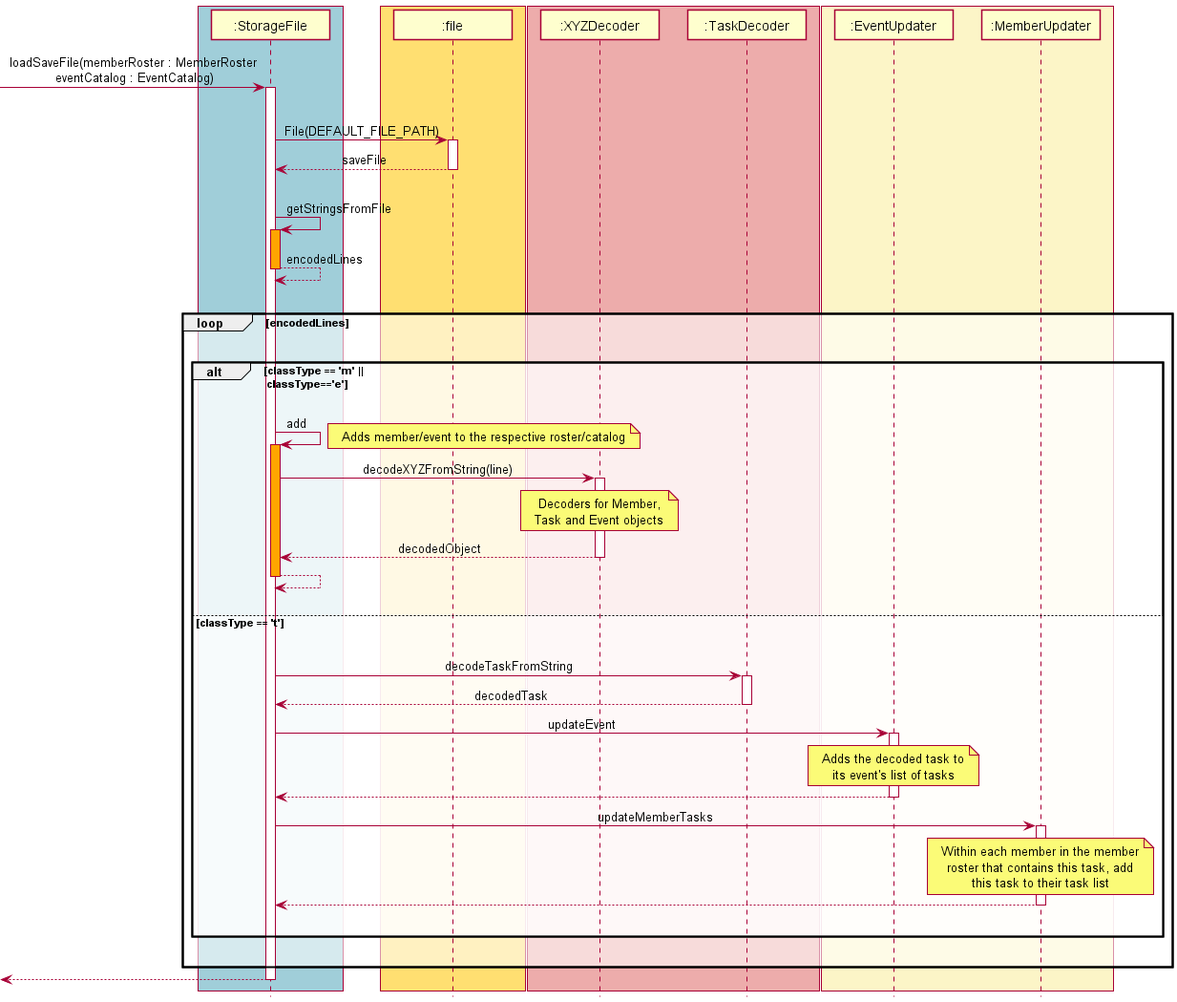
nus-cs2113-AY2122S1/tp keeps this PlantUML diagram as docs/images/LoadDiagram.png. Above is the earlier version. Source of this version:
```plantuml
@startuml
!include style.puml
box STORAGE_COLOR
Participant ":StorageFile" as Storage
end box
box FILE_COLOR
Participant ":file" as File
end box
box LOGIC_COLOR
Participant ":XYZDecoder" as XYZDecoder
Participant ":TaskDecoder" as TaskDecoder
end box
box DUKE_COLOR
Participant ":EventUpdater" as EventUpdater
Participant ":MemberUpdater" as MemberUpdater
end box

-> Storage: loadSaveFile(memberRoster : MemberRoster\n eventCatalog : EventCatalog)
activate Storage
|||
Storage -> File : File(DEFAULT_FILE_PATH)
activate File
return saveFile
|||
Storage -> Storage : getStringsFromFile
activate Storage #orange
return encodedLines
|||
loop encodedLines
|||
    alt classType == 'm' ||\n classType=='e'
    |||
        Storage -> Storage: add
        note right: Adds member/event to the respective roster/catalog
        activate Storage #orange

        Storage-> XYZDecoder: decodeXYZFromString(line)
        activate XYZDecoder
        note over XYZDecoder: Decoders for Member,\nTask and Event objects
        return decodedObject

        return
    |||
    else classType == 't'
    |||
        Storage -> TaskDecoder: decodeTaskFromString
        activate TaskDecoder
        return decodedTask

        Storage -> EventUpdater: updateEvent
        activate EventUpdater
        note over EventUpdater: Adds the decoded task to\nits event's list of tasks
        return

        Storage -> MemberUpdater: updateMemberTasks
        activate MemberUpdater
        note over MemberUpdater: Within each member in the member\nroster that contains this task, add\nthis task to their task list
        return
    |||
    end
    |||
end
return
@enduml
```
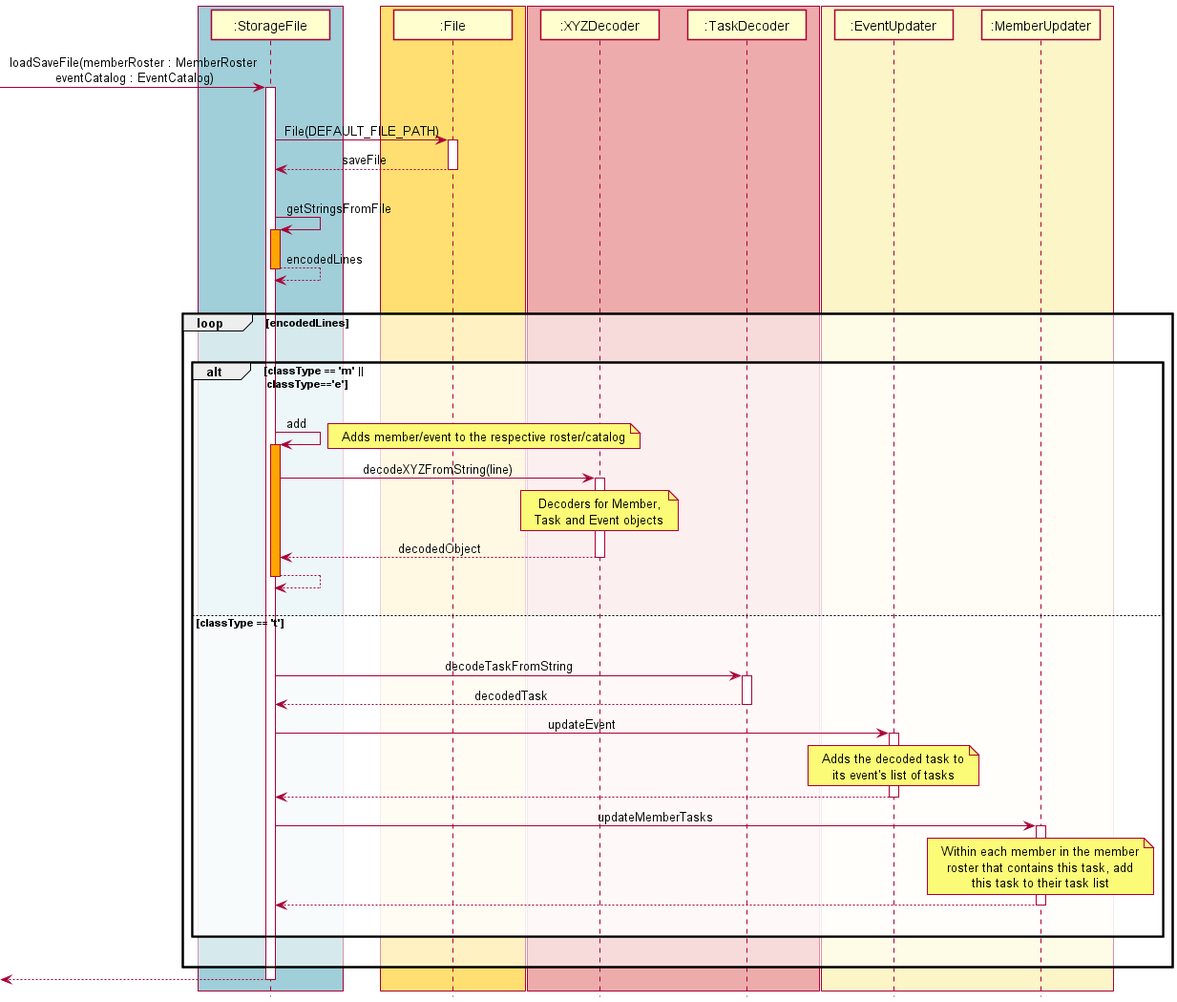
After the commit.

Change to the diagram source:
```diff
@@ -4,7 +4,7 @@
 Participant ":StorageFile" as Storage
 end box
 box FILE_COLOR
-Participant ":file" as File
+Participant ":File" as File
 end box
 box LOGIC_COLOR
 Participant ":XYZDecoder" as XYZDecoder
```
